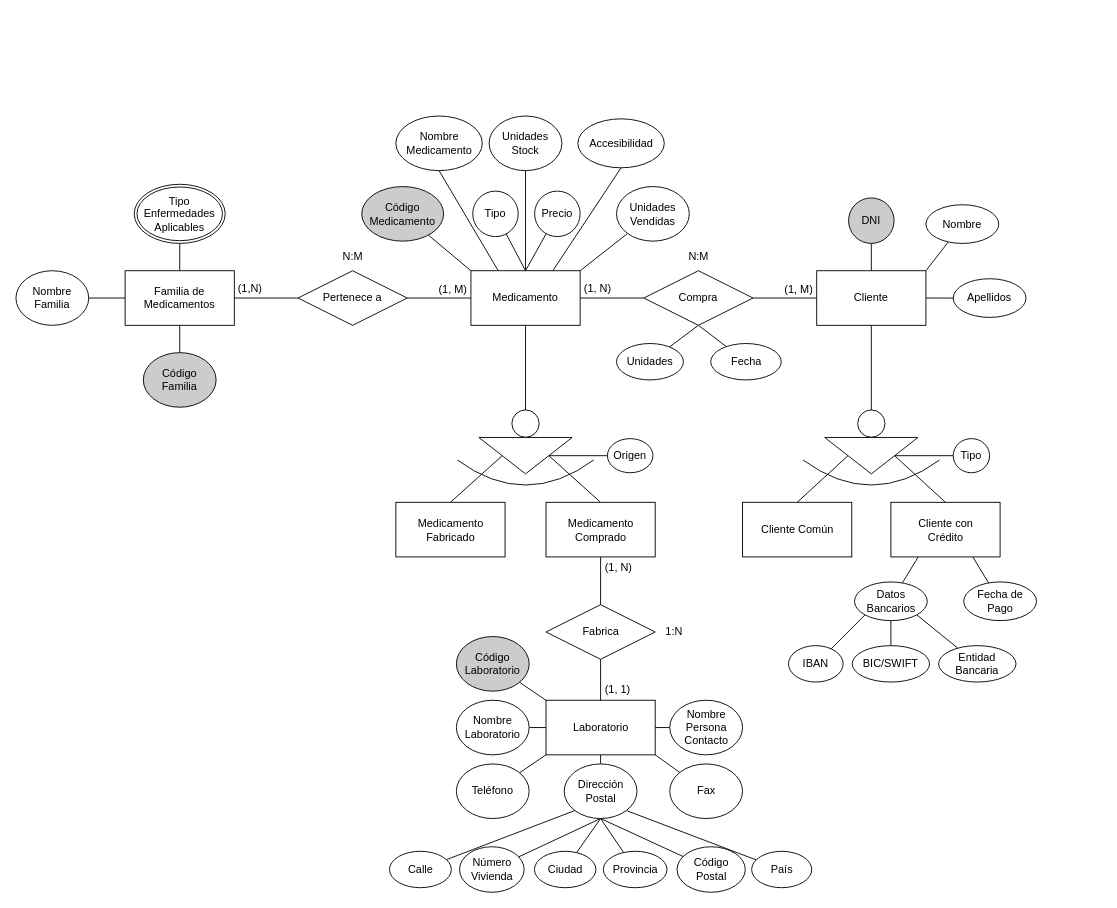
This is files/entidad-relación-farmacia.drawio from adriAGR24/ADBD-pr02-modelo-entidad-relacion-farmacia, a draw.io file, before an edit. Source tidied: cells renumbered, new cells numbered last; positions are measured from the earlier drawing's top-left corner, leaving out a move shared by most shapes. Both pictures are drawn from the tidied source at 91%, with x=0, y=0 at pixel (15, 116).
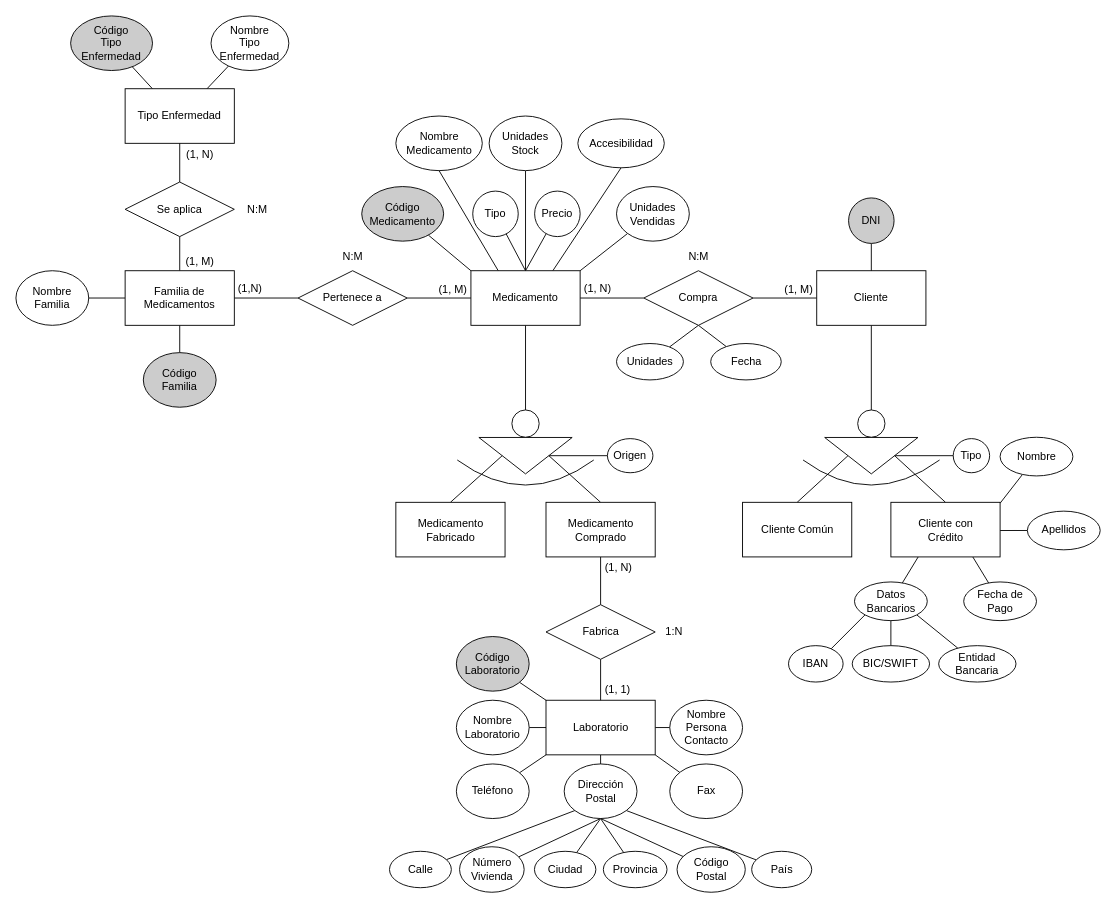
The same page after the edit.

The change refers to these unchanged cells:
```xml
<mxCell id="45" value="Familia de&lt;div&gt;Medicamentos&lt;/div&gt;" style="rounded=0;whiteSpace=wrap;html=1;" parent="1" vertex="1">
  <mxGeometry x="120" y="170" width="120" height="60" as="geometry" />
</mxCell>
<mxCell id="69" value="Cliente" style="rounded=0;whiteSpace=wrap;html=1;" parent="1" vertex="1">
  <mxGeometry x="880" y="170" width="120" height="60" as="geometry" />
</mxCell>
```

Change to the diagram source:
```diff
@@
+    <mxCell id="108" style="rounded=0;jettySize=auto;html=1;exitX=0.5;exitY=0;exitDx=0;exitDy=0;entryX=0.5;entryY=1;entryDx=0;entryDy=0;endArrow=none;endFill=0;" parent="1" edge="1" source="45" target="113">
+      <mxGeometry relative="1" as="geometry" />
+    </mxCell>
@@
-    <mxCell id="52" style="rounded=0;jettySize=auto;html=1;exitX=0.5;exitY=1;exitDx=0;exitDy=0;entryX=0.5;entryY=0;entryDx=0;entryDy=0;endArrow=none;endFill=0;" parent="1" edge="1" source="53" target="45">
-      <mxGeometry relative="1" as="geometry" />
-    </mxCell>
-    <mxCell id="53" value="Tipo Enfermedades Aplicables" style="ellipse;shape=doubleEllipse;margin=3;whiteSpace=wrap;html=1;align=center;" parent="1" vertex="1">
-      <mxGeometry x="130" y="75" width="100" height="65" as="geometry" />
-    </mxCell>
@@
-    <mxCell id="68" style="rounded=0;jettySize=auto;html=1;exitX=1;exitY=0;exitDx=0;exitDy=0;endArrow=none;endFill=0;" parent="1" edge="1" source="69" target="84">
-      <mxGeometry relative="1" as="geometry" />
+    <mxCell id="68" style="rounded=0;jettySize=auto;html=1;exitX=1;exitY=0;exitDx=0;exitDy=0;endArrow=none;endFill=0;" parent="1" edge="1" target="84">
+      <mxGeometry relative="1" as="geometry">
+        <mxPoint x="1081.5" y="425.5" as="sourcePoint" />
+      </mxGeometry>
     </mxCell>
@@
     <mxCell id="84" value="Nombre" style="ellipse;whiteSpace=wrap;html=1;" parent="1" vertex="1">
-      <mxGeometry x="1000" y="97.5" width="80" height="42.5" as="geometry" />
+      <mxGeometry x="1081.5" y="353" width="80" height="42.5" as="geometry" />
     </mxCell>
-    <mxCell id="85" style="rounded=0;jettySize=auto;html=1;exitX=0;exitY=0.5;exitDx=0;exitDy=0;entryX=1;entryY=0.5;entryDx=0;entryDy=0;endArrow=none;endFill=0;" parent="1" edge="1" source="86" target="69">
-      <mxGeometry relative="1" as="geometry" />
+    <mxCell id="85" style="rounded=0;jettySize=auto;html=1;exitX=0;exitY=0.5;exitDx=0;exitDy=0;entryX=1;entryY=0.5;entryDx=0;entryDy=0;endArrow=none;endFill=0;" parent="1" edge="1" source="86">
+      <mxGeometry relative="1" as="geometry">
+        <mxPoint x="1081.5" y="455.5" as="targetPoint" />
+      </mxGeometry>
     </mxCell>
     <mxCell id="86" value="Apellidos" style="ellipse;whiteSpace=wrap;html=1;" parent="1" vertex="1">
-      <mxGeometry x="1030" y="178.8" width="80" height="42.5" as="geometry" />
+      <mxGeometry x="1111.5" y="434.2" width="80" height="42.5" as="geometry" />
     </mxCell>
@@
+    <mxCell id="109" style="rounded=0;jettySize=auto;html=1;exitX=0.25;exitY=0;exitDx=0;exitDy=0;endArrow=none;endFill=0;" parent="1" edge="1" source="111" target="117">
+      <mxGeometry relative="1" as="geometry" />
+    </mxCell>
+    <mxCell id="110" style="rounded=0;jettySize=auto;html=1;exitX=0.75;exitY=0;exitDx=0;exitDy=0;endArrow=none;endFill=0;" parent="1" edge="1" source="111" target="118">
+      <mxGeometry relative="1" as="geometry" />
+    </mxCell>
+    <mxCell id="111" value="Tipo Enfermedad" style="rounded=0;whiteSpace=wrap;html=1;" parent="1" vertex="1">
+      <mxGeometry x="120" y="-30" width="120" height="60" as="geometry" />
+    </mxCell>
+    <mxCell id="112" style="rounded=0;jettySize=auto;html=1;exitX=0.5;exitY=0;exitDx=0;exitDy=0;entryX=0.5;entryY=1;entryDx=0;entryDy=0;endArrow=none;endFill=0;" parent="1" edge="1" source="113" target="111">
+      <mxGeometry relative="1" as="geometry" />
+    </mxCell>
+    <mxCell id="113" value="Se aplica" style="shape=rhombus;perimeter=rhombusPerimeter;whiteSpace=wrap;html=1;align=center;" parent="1" vertex="1">
+      <mxGeometry x="120" y="72.5" width="120" height="60" as="geometry" />
+    </mxCell>
+    <mxCell id="114" value="(1, N)" style="text;html=1;align=center;verticalAlign=middle;strokeColor=none;fillColor=none;" parent="1" vertex="1">
+      <mxGeometry x="177" y="28" width="50" height="30" as="geometry" />
+    </mxCell>
+    <mxCell id="115" value="(1, M)" style="text;html=1;align=center;verticalAlign=middle;strokeColor=none;fillColor=none;" parent="1" vertex="1">
+      <mxGeometry x="177" y="145" width="50" height="30" as="geometry" />
+    </mxCell>
+    <mxCell id="116" value="N:M" style="text;html=1;align=center;verticalAlign=middle;strokeColor=none;fillColor=none;" parent="1" vertex="1">
+      <mxGeometry x="240" y="87.5" width="50" height="30" as="geometry" />
+    </mxCell>
+    <mxCell id="117" value="Código&lt;div&gt;Tipo Enfermedad&lt;/div&gt;" style="ellipse;whiteSpace=wrap;html=1;strokeColor=default;fillColor=#CCCCCC;" parent="1" vertex="1">
+      <mxGeometry x="60.1" y="-110" width="90" height="60" as="geometry" />
+    </mxCell>
+    <mxCell id="118" value="Nombre&lt;div&gt;Tipo Enfermedad&lt;/div&gt;" style="ellipse;whiteSpace=wrap;html=1;" parent="1" vertex="1">
+      <mxGeometry x="214.4" y="-110" width="85.5" height="60" as="geometry" />
+    </mxCell>
```
